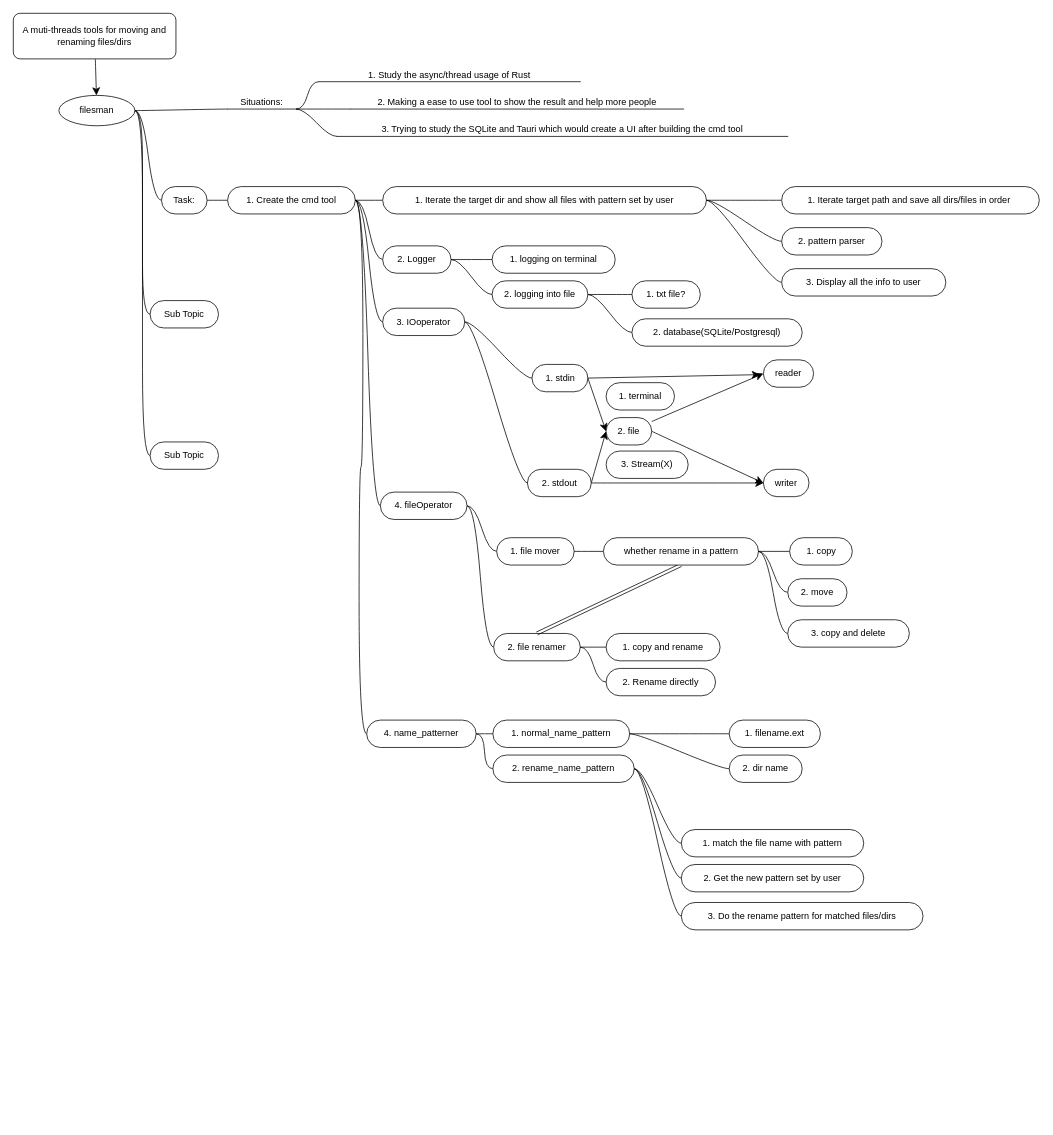
Above: filesman.drawio in YuniqueUnic/drawioDiagrams (draw.io), before the change. Source tidied: cells renumbered, new cells numbered last; positions are measured from the earlier drawing's top-left corner, leaving out a move shared by most shapes. Both pictures are drawn from the tidied source at 76%, with x=0, y=0 at pixel (13, 13).
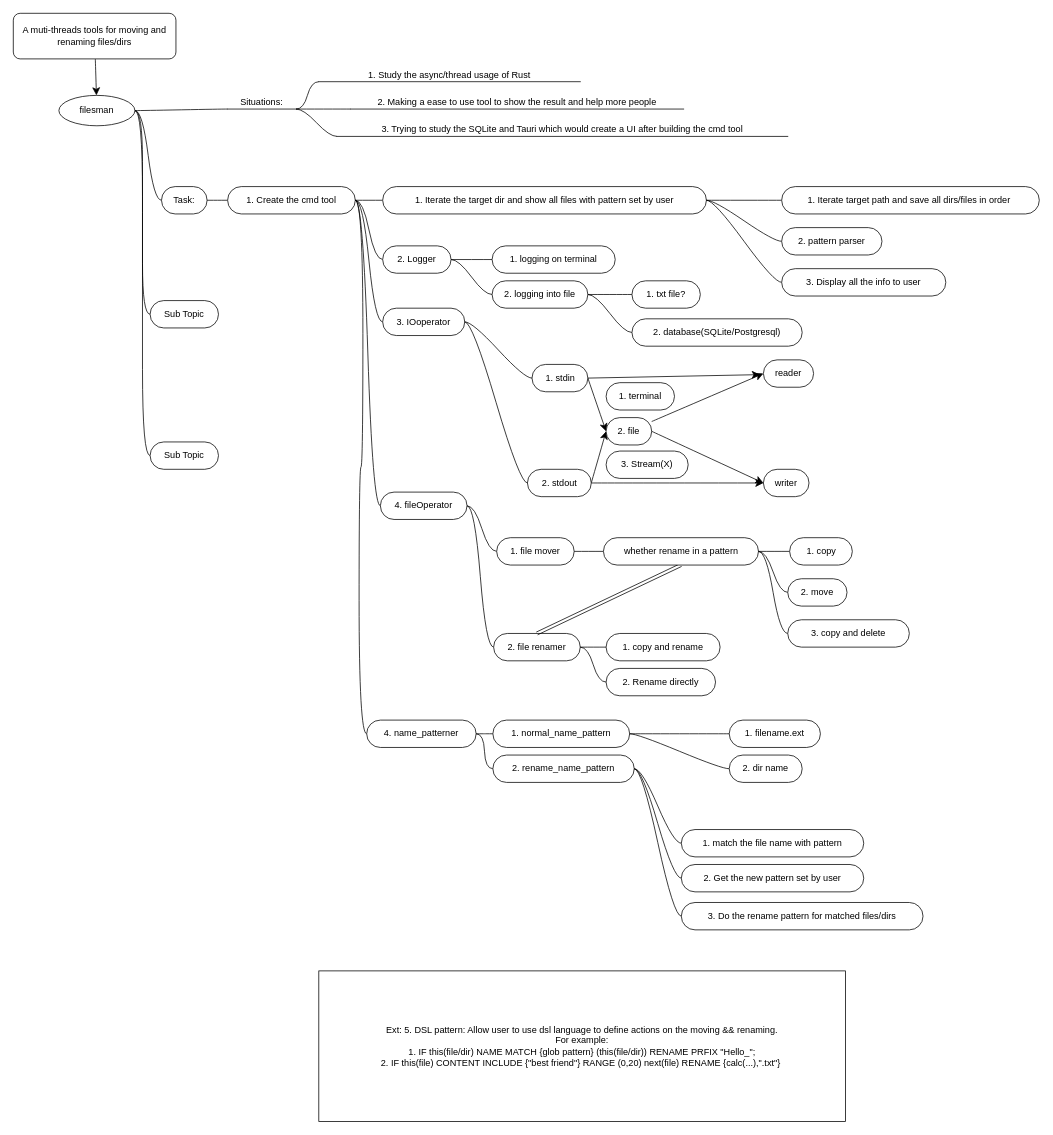
After the change.

Change to the diagram source:
```diff
@@
+    <mxCell id="92" value="Ext: 5. DSL pattern: Allow user to use dsl language to define actions on the moving &amp;amp;&amp;amp; renaming.&lt;br&gt;&lt;div&gt;For example:&lt;/div&gt;&lt;div&gt;1. IF this(file/dir) NAME MATCH&amp;nbsp;&lt;span style=&quot;background-color: initial;&quot;&gt;{glob pattern} (this(file/dir))&amp;nbsp;&lt;/span&gt;&lt;span style=&quot;background-color: initial;&quot;&gt;RENAME&amp;nbsp;&lt;/span&gt;&lt;span style=&quot;background-color: initial;&quot;&gt;PRFIX &quot;Hello_&quot;;&lt;/span&gt;&lt;/div&gt;&lt;div&gt;&lt;span style=&quot;background-color: initial;&quot;&gt;2. IF &lt;/span&gt;&lt;span style=&quot;background-color: initial;&quot;&gt;this(file&lt;/span&gt;&lt;span style=&quot;background-color: initial;&quot;&gt;) CONTENT INCLUDE {&lt;/span&gt;&lt;span style=&quot;background-color: initial;&quot;&gt;&quot;best friend&quot;&lt;/span&gt;&lt;span style=&quot;background-color: initial;&quot;&gt;} RANGE (0,20) next(file) RENAME {calc(...),&quot;.txt&quot;}&amp;nbsp;&lt;/span&gt;&lt;/div&gt;" style="rounded=0;whiteSpace=wrap;html=1;" parent="1" vertex="1">
+      <mxGeometry x="402" y="1260" width="693" height="198" as="geometry" />
+    </mxCell>
```
